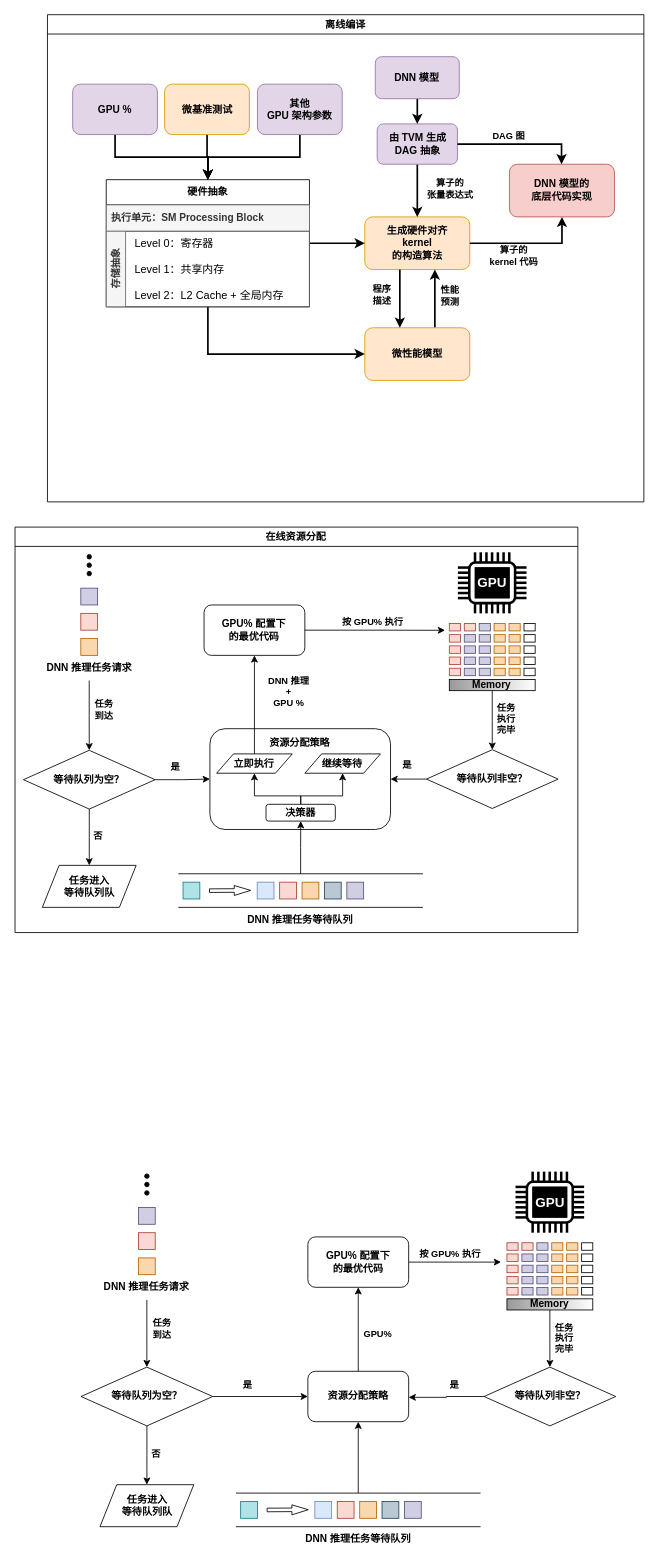
The draw.io diagram Untitled Diagram.drawio in JiaminL/DrawIO, before the edit. Source tidied: cells renumbered, new cells numbered last; positions are measured from the earlier drawing's top-left corner, leaving out a move shared by most shapes. Both pictures are drawn from the tidied source at 84%, with x=0, y=0 at pixel (14, 14).
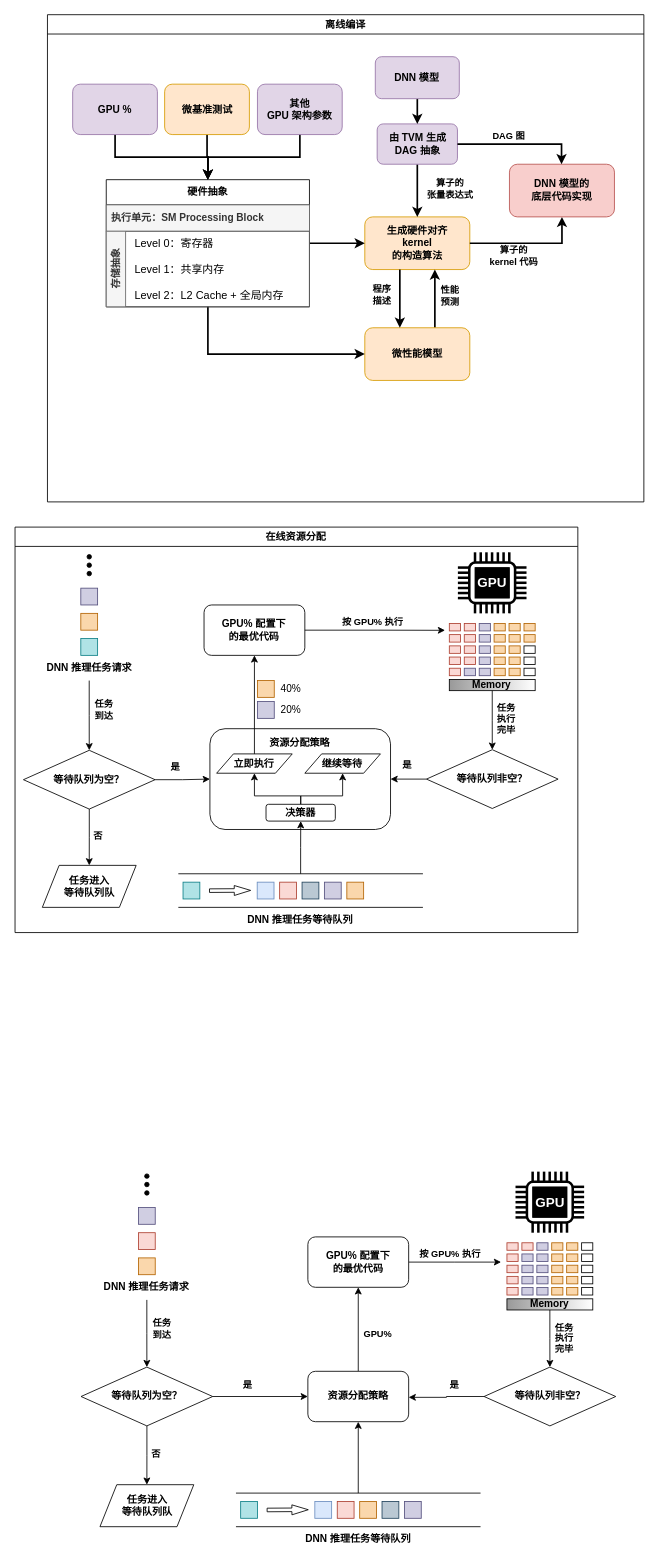
After the change.

Unchanged cells that the change refers to:
```xml
<mxCell id="31" value="在线资源分配" style="swimlane;whiteSpace=wrap;html=1;fontStyle=1;" parent="1" vertex="1">
  <mxGeometry x="0.4" y="610" width="670" height="482.7" as="geometry" />
</mxCell>
<mxCell id="79" style="group;fontStyle=1;" parent="77" vertex="1">
  <mxGeometry width="290" height="40" as="geometry" />
</mxCell>
<mxCell id="92" style="group;fontStyle=1;" parent="31" vertex="1">
  <mxGeometry x="517" y="114.7" width="102.2" height="80" as="geometry" />
</mxCell>
<mxCell id="129" style="edgeStyle=orthogonalEdgeStyle;rounded=0;jettySize=auto;html=1;fontStyle=1;" parent="31" edge="1" source="135" target="43">
  <mxGeometry relative="1" as="geometry" />
</mxCell>
```

Change to the diagram source:
```diff
@@
-    <mxCell id="36" style="rounded=0;whiteSpace=wrap;html=1;fontStyle=1;fillColor=#fad7ac;strokeColor=#b46504;" parent="31" vertex="1">
+    <mxCell id="36" style="rounded=0;whiteSpace=wrap;html=1;fontStyle=1;fillColor=#b0e3e6;strokeColor=#0e8088;" parent="31" vertex="1">
       <mxGeometry x="78.3" y="132.7" width="20" height="20" as="geometry" />
     </mxCell>
@@
-    <mxCell id="44" style="rounded=0;whiteSpace=wrap;html=1;fontStyle=1;fillColor=#fad9d5;strokeColor=#ae4132;" parent="31" vertex="1">
+    <mxCell id="44" style="rounded=0;whiteSpace=wrap;html=1;fontStyle=1;fillColor=#fad7ac;strokeColor=#b46504;" parent="31" vertex="1">
       <mxGeometry x="78.3" y="102.7" width="20" height="20" as="geometry" />
     </mxCell>
@@
-    <mxCell id="83" style="rounded=0;whiteSpace=wrap;html=1;fontStyle=1;fillColor=#fad7ac;strokeColor=#b46504;" parent="79" vertex="1">
+    <mxCell id="83" style="rounded=0;whiteSpace=wrap;html=1;fontStyle=1;fillColor=#bac8d3;strokeColor=#23445d;" parent="79" vertex="1">
       <mxGeometry x="146.7" y="10" width="20" height="20" as="geometry" />
     </mxCell>
-    <mxCell id="84" style="rounded=0;whiteSpace=wrap;html=1;fontStyle=1;fillColor=#bac8d3;strokeColor=#23445d;" parent="79" vertex="1">
+    <mxCell id="84" style="rounded=0;whiteSpace=wrap;html=1;fontStyle=1;fillColor=#d0cee2;strokeColor=#56517e;" parent="79" vertex="1">
       <mxGeometry x="173.3" y="10" width="20" height="20" as="geometry" />
     </mxCell>
-    <mxCell id="85" style="rounded=0;whiteSpace=wrap;html=1;fontStyle=1;fillColor=#d0cee2;strokeColor=#56517e;" parent="79" vertex="1">
+    <mxCell id="85" style="rounded=0;whiteSpace=wrap;html=1;fontStyle=1;fillColor=#fad7ac;strokeColor=#b46504;" parent="79" vertex="1">
       <mxGeometry x="200" y="10" width="20" height="20" as="geometry" />
     </mxCell>
@@
-    <mxCell id="97" style="rounded=0;whiteSpace=wrap;html=1;fillColor=#d0cee2;strokeColor=#56517e;fontStyle=1;" parent="92" vertex="1">
+    <mxCell id="97" style="rounded=0;whiteSpace=wrap;html=1;fillColor=#fad9d5;strokeColor=#ae4132;fontStyle=1;" parent="92" vertex="1">
       <mxGeometry x="17.8" y="13.3" width="13.3" height="8.9" as="geometry" />
     </mxCell>
@@
-    <mxCell id="100" style="rounded=0;whiteSpace=wrap;html=1;fillColor=#d0cee2;strokeColor=#56517e;fontStyle=1;" parent="92" vertex="1">
+    <mxCell id="100" style="rounded=0;whiteSpace=wrap;html=1;fillColor=#fad9d5;strokeColor=#ae4132;fontStyle=1;" parent="92" vertex="1">
       <mxGeometry x="17.8" y="26.7" width="13.3" height="8.9" as="geometry" />
     </mxCell>
@@
-    <mxCell id="103" style="rounded=0;whiteSpace=wrap;html=1;fillColor=#d0cee2;strokeColor=#56517e;fontStyle=1;" parent="92" vertex="1">
+    <mxCell id="103" style="rounded=0;whiteSpace=wrap;html=1;fillColor=#fad9d5;strokeColor=#ae4132;fontStyle=1;" parent="92" vertex="1">
       <mxGeometry x="17.8" y="40" width="13.3" height="8.9" as="geometry" />
     </mxCell>
@@
-    <mxCell id="110" style="rounded=0;whiteSpace=wrap;html=1;fontStyle=1;" parent="92" vertex="1">
+    <mxCell id="110" style="rounded=0;whiteSpace=wrap;html=1;fontStyle=1;fillColor=#fad7ac;strokeColor=#b46504;" parent="92" vertex="1">
       <mxGeometry x="88.9" width="13.3" height="8.9" as="geometry" />
     </mxCell>
@@
-    <mxCell id="113" style="rounded=0;whiteSpace=wrap;html=1;fontStyle=1;" parent="92" vertex="1">
+    <mxCell id="113" style="rounded=0;whiteSpace=wrap;html=1;fontStyle=1;fillColor=#fad7ac;strokeColor=#b46504;" parent="92" vertex="1">
       <mxGeometry x="88.9" y="13.3" width="13.3" height="8.9" as="geometry" />
     </mxCell>
@@
-    <mxCell id="130" value="DNN 推理&lt;br&gt;+&lt;br&gt;GPU %" style="edgeLabel;html=1;align=center;verticalAlign=middle;fontStyle=1;" parent="129" vertex="1">
-      <mxGeometry x="0.2" y="-1" relative="1" as="geometry">
-        <mxPoint x="39" y="-5" as="offset" />
-      </mxGeometry>
-    </mxCell>
@@
+    <mxCell id="240" style="rounded=0;whiteSpace=wrap;html=1;fontStyle=1;fillColor=#fad7ac;strokeColor=#b46504;" parent="31" vertex="1">
+      <mxGeometry x="288.6" y="182.7" width="20" height="20" as="geometry" />
+    </mxCell>
+    <mxCell id="241" value="40%" style="text;html=1;strokeColor=none;fillColor=none;align=center;verticalAlign=middle;whiteSpace=wrap;rounded=0;" parent="31" vertex="1">
+      <mxGeometry x="298.8" y="177.7" width="60" height="30" as="geometry" />
+    </mxCell>
+    <mxCell id="242" style="rounded=0;whiteSpace=wrap;html=1;fontStyle=1;fillColor=#d0cee2;strokeColor=#56517e;" parent="31" vertex="1">
+      <mxGeometry x="288.6" y="207.7" width="20" height="20" as="geometry" />
+    </mxCell>
+    <mxCell id="243" value="20%" style="text;html=1;strokeColor=none;fillColor=none;align=center;verticalAlign=middle;whiteSpace=wrap;rounded=0;" parent="31" vertex="1">
+      <mxGeometry x="298.8" y="202.7" width="60" height="30" as="geometry" />
+    </mxCell>
```
